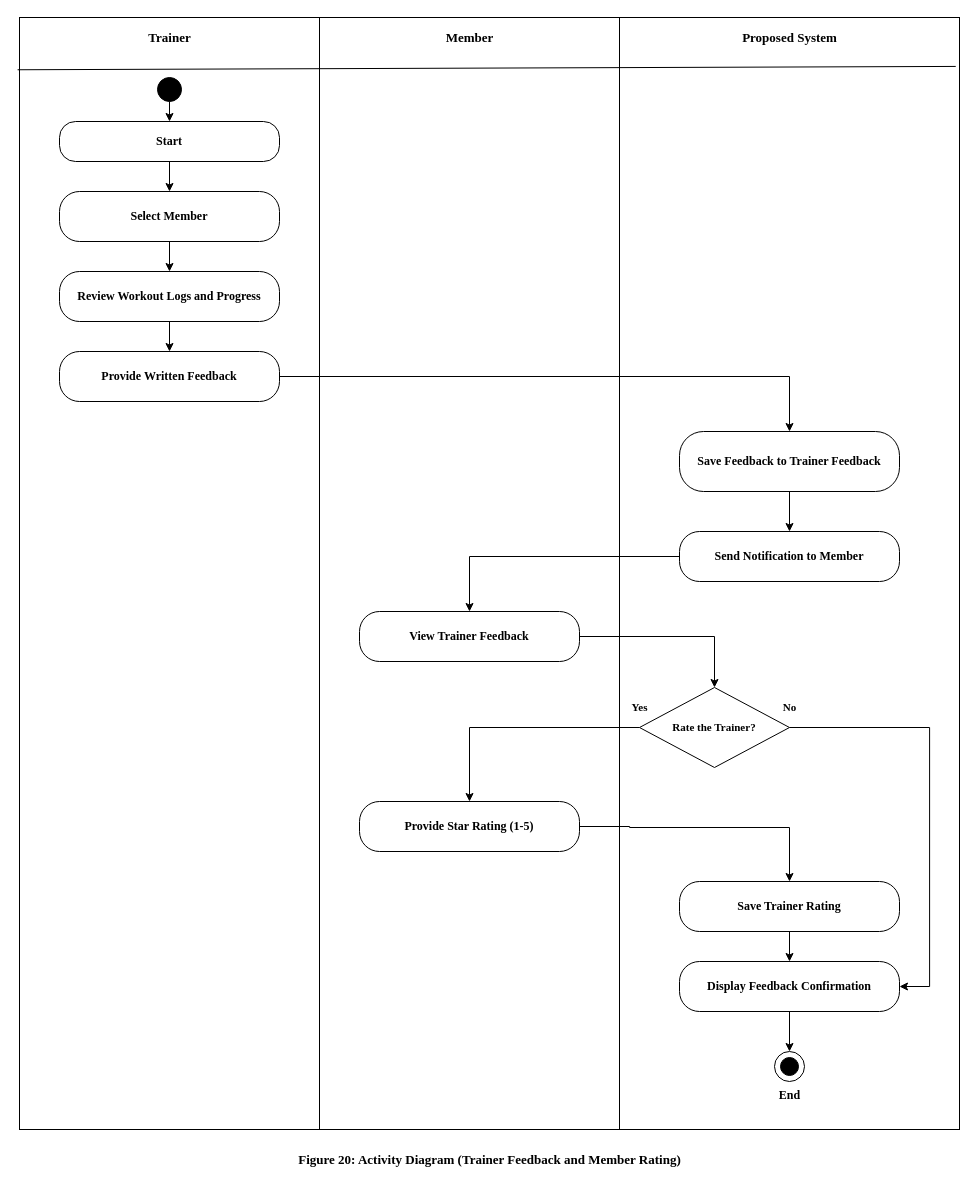
Before: chapter123/Activity-Fig20-Trainer-Feedback-Rating.drawio in JohnPaul010505/capstsh, a draw.io diagram. Source tidied: cells renumbered, new cells numbered last; positions are measured from the earlier drawing's top-left corner, leaving out a move shared by most shapes. Both pictures are drawn from the tidied source at 100%, with x=0, y=0 at pixel (19, 17).
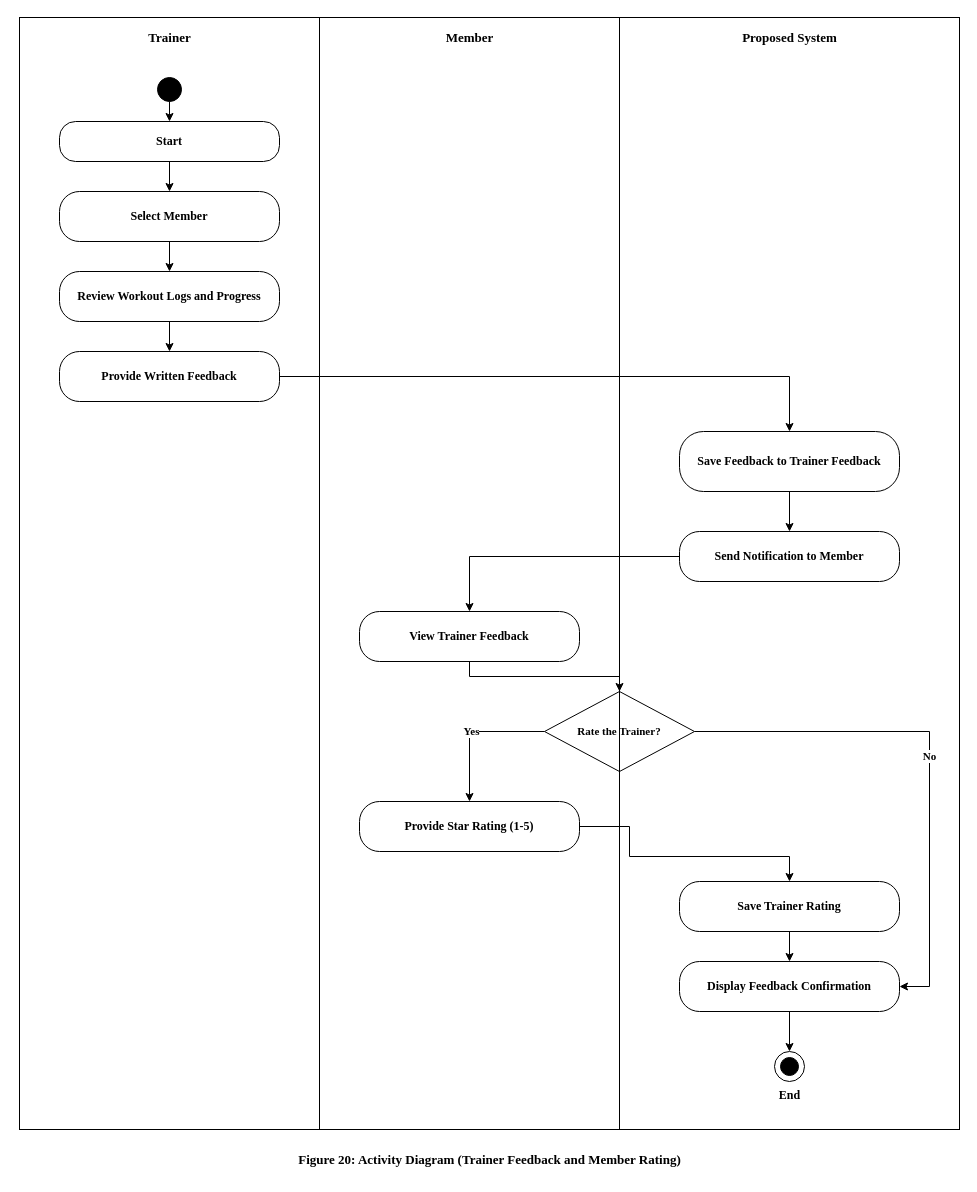
The same diagram, later.

The change refers to these unchanged cells:
```xml
<mxCell id="2" style="rounded=0;whiteSpace=wrap;html=1;fillColor=none;strokeColor=#000000;" parent="1" vertex="1">
  <mxGeometry width="940" height="1112" as="geometry" />
</mxCell>
<mxCell id="12" value="Provide Star Rating (1-5)" style="rounded=1;whiteSpace=wrap;html=1;arcSize=40;fillColor=#FFFFFF;strokeColor=#000000;fontFamily=Times New Roman;fontSize=12;fontStyle=1;" parent="1" vertex="1">
  <mxGeometry x="340" y="784" width="220" height="50" as="geometry" />
</mxCell>
<mxCell id="13" value="Save Trainer Rating" style="rounded=1;whiteSpace=wrap;html=1;arcSize=40;fillColor=#FFFFFF;strokeColor=#000000;fontFamily=Times New Roman;fontSize=12;fontStyle=1;" parent="1" vertex="1">
  <mxGeometry x="660" y="864" width="220" height="50" as="geometry" />
</mxCell>
<mxCell id="14" value="Display Feedback Confirmation" style="rounded=1;whiteSpace=wrap;html=1;arcSize=40;fillColor=#FFFFFF;strokeColor=#000000;fontFamily=Times New Roman;fontSize=12;fontStyle=1;" parent="1" vertex="1">
  <mxGeometry x="660" y="944" width="220" height="50" as="geometry" />
</mxCell>
```

The edit, as a diff of the source:
```diff
@@
     <mxCell id="11" value="Rate the Trainer?" style="rhombus;whiteSpace=wrap;html=1;fillColor=#FFFFFF;strokeColor=#000000;fontFamily=Times New Roman;fontSize=11;fontStyle=1;" parent="1" vertex="1">
-      <mxGeometry x="620" y="670" width="150" height="80" as="geometry" />
+      <mxGeometry x="525" y="674" width="150" height="80" as="geometry" />
     </mxCell>
@@
     <mxCell id="31" value="Yes" style="edgeStyle=orthogonalEdgeStyle;rounded=0;html=1;strokeColor=#000000;fontFamily=Times New Roman;fontSize=11;fontStyle=1;labelBackgroundColor=#FFFFFF;exitX=0;exitY=0.5;exitDx=0;exitDy=0;entryX=0.5;entryY=0;entryDx=0;entryDy=0;" parent="1" edge="1" source="11" target="12">
-      <mxGeometry x="-1" y="-20" relative="1" as="geometry" />
+      <mxGeometry relative="1" as="geometry" />
     </mxCell>
     <mxCell id="32" value="No" style="edgeStyle=orthogonalEdgeStyle;rounded=0;html=1;strokeColor=#000000;fontFamily=Times New Roman;fontSize=11;fontStyle=1;labelBackgroundColor=#FFFFFF;exitX=1;exitY=0.5;exitDx=0;exitDy=0;entryX=1;entryY=0.5;entryDx=0;entryDy=0;" parent="1" edge="1" source="11" target="14">
-      <mxGeometry x="-1" y="20" relative="1" as="geometry">
+      <mxGeometry relative="1" as="geometry">
         <Array as="points">
-          <mxPoint x="910.1" y="710" />
-          <mxPoint x="910.1" y="968.9" />
+          <mxPoint x="910" y="714" />
+          <mxPoint x="910" y="969" />
         </Array>
       </mxGeometry>
     </mxCell>
     <mxCell id="33" style="edgeStyle=orthogonalEdgeStyle;rounded=0;html=1;strokeColor=#000000;exitX=1;exitY=0.5;exitDx=0;exitDy=0;entryX=0.5;entryY=0;entryDx=0;entryDy=0;" parent="1" edge="1" source="12" target="13">
       <mxGeometry relative="1" as="geometry">
         <Array as="points">
-          <mxPoint x="610.1" y="808.9" />
-          <mxPoint x="770.1" y="810" />
+          <mxPoint x="610" y="809" />
+          <mxPoint x="610" y="839" />
         </Array>
       </mxGeometry>
     </mxCell>
@@
-    <mxCell id="37" style="endArrow=none;html=1;rounded=0;exitX=-0.002;exitY=0.047;exitDx=0;exitDy=0;exitPerimeter=0;entryX=0.996;entryY=0.044;entryDx=0;entryDy=0;entryPerimeter=0;" parent="1" edge="1" source="2" target="2">
-      <mxGeometry relative="1" as="geometry" />
-    </mxCell>
```
